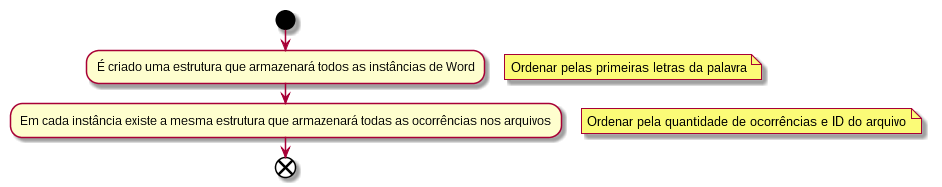
This is ideia_basica.png from elheremes/EDII_arvores, a PlantUML export, as it was before one commit.
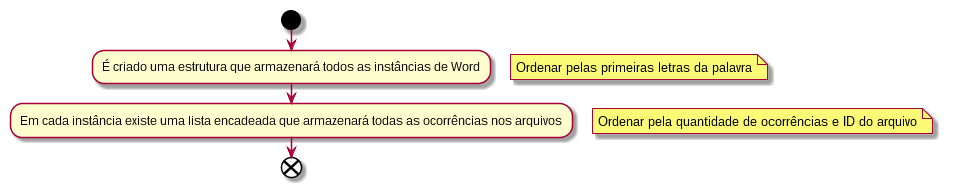
After the change.

The edit, as a diff of the source:
```diff
@@ -3,7 +3,7 @@
 start
 :É criado uma estrutura que armazenará todos as instâncias de Word;
 floating note right: Ordenar pelas primeiras letras da palavra
-:Em cada instância existe a mesma estrutura que armazenará todas as ocorrências nos arquivos;
+:Em cada instância existe uma lista encadeada que armazenará todas as ocorrências nos arquivos;
 floating note right: Ordenar pela quantidade de ocorrências e ID do arquivo
 end
 
```
